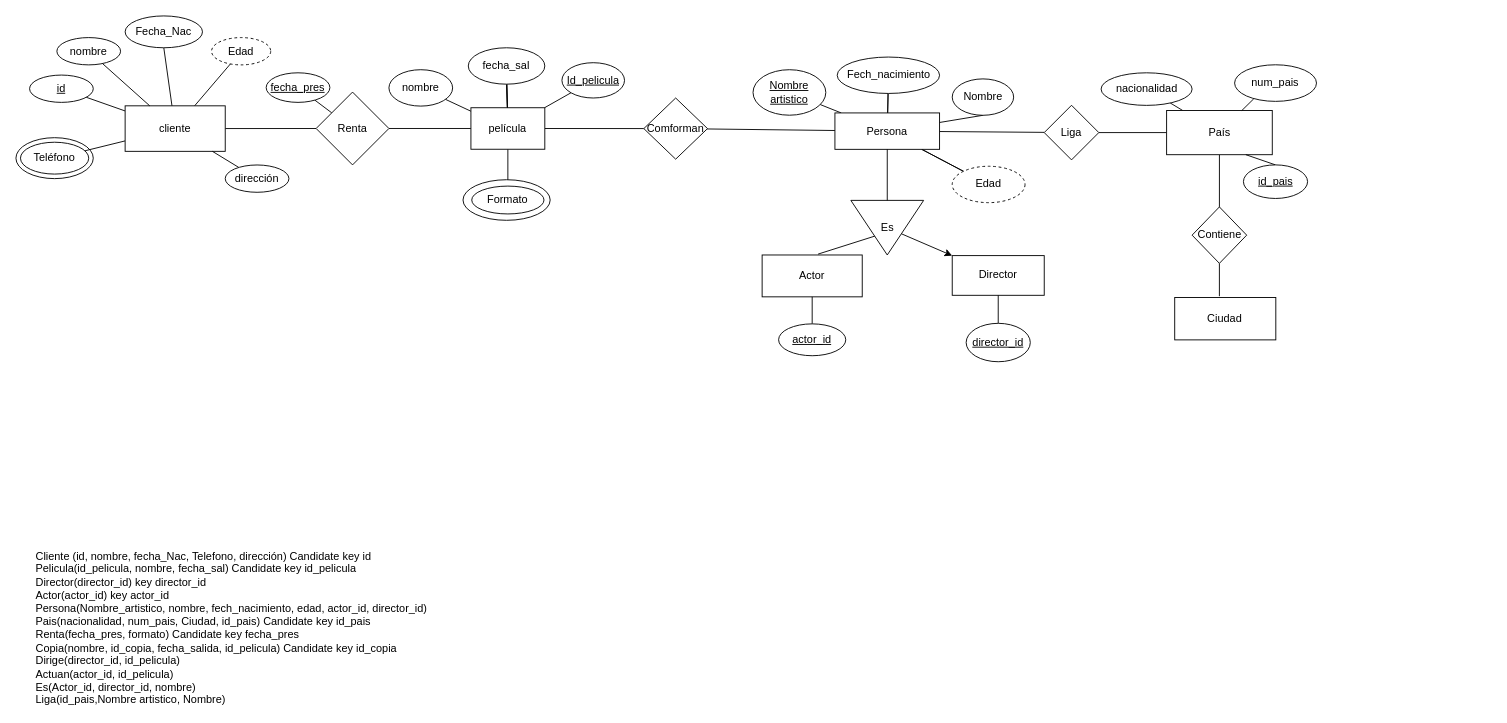
This is videoStore.drawio from jesalazaro/ER-diagrams, a draw.io file, before an edit. Source tidied: cells renumbered, new cells numbered last; positions are measured from the earlier drawing's top-left corner, leaving out a move shared by most shapes. Both pictures are drawn from the tidied source at 91%, with x=0, y=0 at pixel (15, 15).
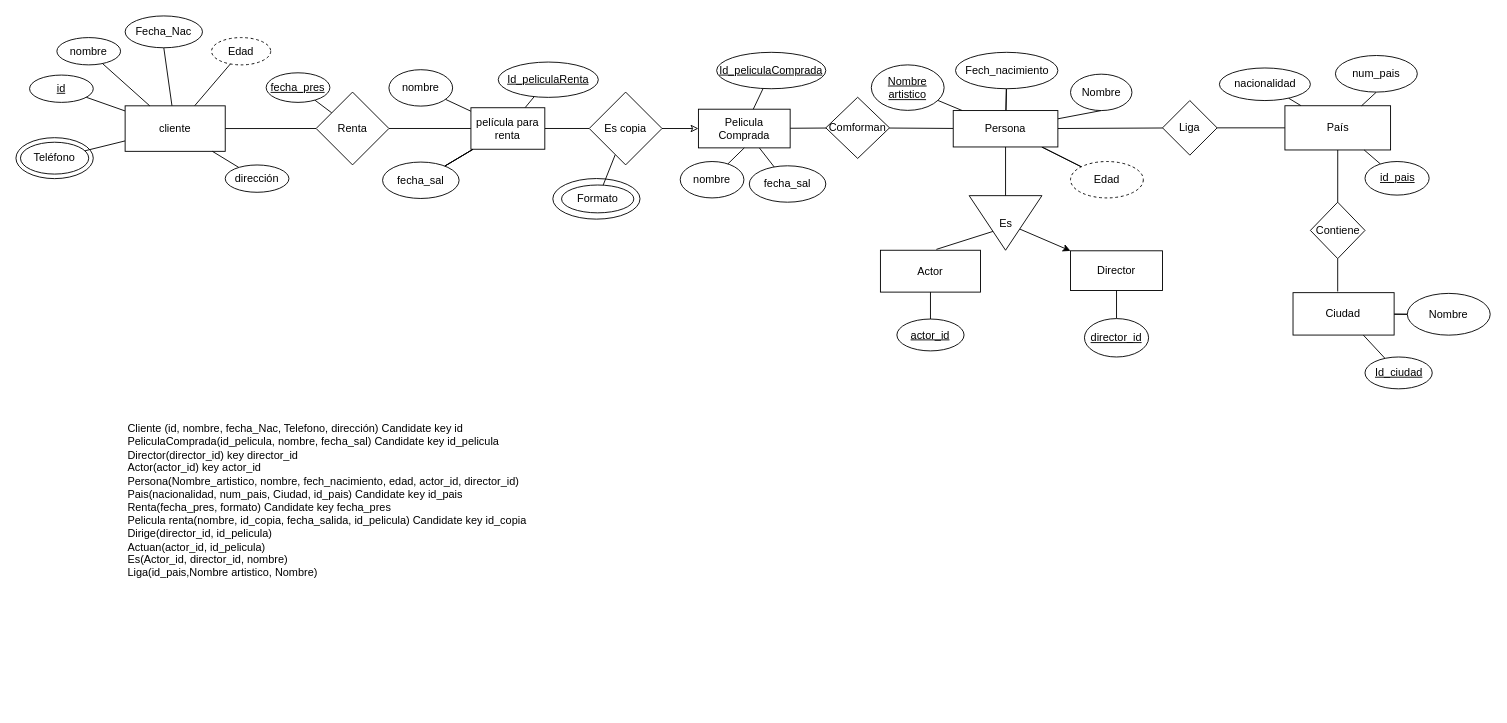
After the change.

What changed in the source:
```diff
@@
     <mxCell id="21" style="edgeStyle=none;rounded=0;jettySize=auto;html=1;endArrow=none;endFill=0;exitX=0.559;exitY=-0.021;exitDx=0;exitDy=0;exitPerimeter=0;" parent="1" edge="1" source="22">
       <mxGeometry relative="1" as="geometry">
-        <mxPoint x="950" y="240" as="targetPoint" />
+        <mxPoint x="1080" y="234.8" as="targetPoint" />
       </mxGeometry>
     </mxCell>
     <mxCell id="22" value="Actor" style="whiteSpace=wrap;html=1;rounded=0;" parent="1" vertex="1">
-      <mxGeometry x="820" y="262.7" width="110" height="46" as="geometry" />
+      <mxGeometry x="950" y="257.5" width="110" height="46" as="geometry" />
     </mxCell>
@@
     <mxCell id="24" value="Director" style="whiteSpace=wrap;html=1;rounded=0;" parent="1" vertex="1">
-      <mxGeometry x="1028.9" y="263.4" width="101.1" height="43.6" as="geometry" />
+      <mxGeometry x="1158.9" y="258.1" width="101.1" height="43.6" as="geometry" />
     </mxCell>
@@
     <mxCell id="26" value="Es" style="triangle;whiteSpace=wrap;html=1;rounded=0;direction=south;horizontal=1;" parent="1" vertex="1">
-      <mxGeometry x="917.5" y="202.7" width="80" height="60" as="geometry" />
+      <mxGeometry x="1047.5" y="197.5" width="80" height="60" as="geometry" />
     </mxCell>
@@
     <mxCell id="33" value="Liga" style="rhombus;whiteSpace=wrap;html=1;rounded=0;" parent="1" vertex="1">
-      <mxGeometry x="1130" y="98.2" width="60" height="60" as="geometry" />
+      <mxGeometry x="1260" y="93" width="60" height="60" as="geometry" />
     </mxCell>
@@
     <mxCell id="40" value="País" style="rounded=0;whiteSpace=wrap;html=1;" parent="1" vertex="1">
-      <mxGeometry x="1264.5" y="103.9" width="116.1" height="48.6" as="geometry" />
+      <mxGeometry x="1394.5" y="98.7" width="116.1" height="48.6" as="geometry" />
     </mxCell>
     <mxCell id="41" value="nacionalidad" style="ellipse;whiteSpace=wrap;html=1;rounded=0;" parent="1" vertex="1">
-      <mxGeometry x="1192.5" y="62.5" width="100" height="35.8" as="geometry" />
+      <mxGeometry x="1322.5" y="57.2" width="100" height="35.8" as="geometry" />
     </mxCell>
-    <mxCell id="42" style="edgeStyle=none;rounded=0;jettySize=auto;html=1;endArrow=none;endFill=0;" parent="1" edge="1" target="40">
-      <mxGeometry relative="1" as="geometry">
-        <mxPoint x="1360.3" y="91" as="sourcePoint" />
-      </mxGeometry>
+    <mxCell id="42" style="edgeStyle=none;rounded=0;jettySize=auto;html=1;endArrow=none;endFill=0;exitX=0.5;exitY=1;exitDx=0;exitDy=0;" parent="1" edge="1" source="43" target="40">
+      <mxGeometry relative="1" as="geometry" />
     </mxCell>
     <mxCell id="43" value="num_pais" style="ellipse;whiteSpace=wrap;html=1;rounded=0;" parent="1" vertex="1">
-      <mxGeometry x="1339.2" y="53.7" width="90" height="40.2" as="geometry" />
+      <mxGeometry x="1450" y="43.5" width="90" height="40.2" as="geometry" />
     </mxCell>
-    <mxCell id="44" style="edgeStyle=none;rounded=0;jettySize=auto;html=1;entryX=0.75;entryY=1;entryDx=0;entryDy=0;endArrow=none;endFill=0;exitX=0.5;exitY=0;exitDx=0;exitDy=0;" parent="1" edge="1" source="45" target="40">
+    <mxCell id="44" style="edgeStyle=none;rounded=0;jettySize=auto;html=1;entryX=0.75;entryY=1;entryDx=0;entryDy=0;endArrow=none;endFill=0;" parent="1" edge="1" source="45" target="40">
       <mxGeometry relative="1" as="geometry" />
     </mxCell>
     <mxCell id="45" value="&lt;u&gt;id_pais&lt;/u&gt;" style="ellipse;whiteSpace=wrap;html=1;rounded=0;" parent="1" vertex="1">
-      <mxGeometry x="1348.9" y="163.7" width="70.5" height="36.9" as="geometry" />
+      <mxGeometry x="1482.5" y="160" width="70.5" height="36.9" as="geometry" />
     </mxCell>
     <mxCell id="46" style="edgeStyle=none;rounded=0;orthogonalLoop=1;jettySize=auto;html=1;exitX=0.5;exitY=1;exitDx=0;exitDy=0;endArrow=none;endFill=0;" parent="1" edge="1">
       <mxGeometry relative="1" as="geometry">
-        <mxPoint x="1107.9" y="267.2" as="sourcePoint" />
-        <mxPoint x="1107.9" y="267.2" as="targetPoint" />
+        <mxPoint x="1237.9" y="262" as="sourcePoint" />
+        <mxPoint x="1237.9" y="262" as="targetPoint" />
       </mxGeometry>
     </mxCell>
     <mxCell id="47" value="Nombre" style="ellipse;whiteSpace=wrap;html=1;rounded=0;" parent="1" vertex="1">
-      <mxGeometry x="1028.9" y="69.2" width="67.5" height="40" as="geometry" />
+      <mxGeometry x="1158.9" y="64" width="67.5" height="40" as="geometry" />
     </mxCell>
     <mxCell id="48" value="Fech_nacimiento" style="ellipse;whiteSpace=wrap;html=1;rounded=0;" parent="1" vertex="1">
-      <mxGeometry x="902.5" y="45.2" width="112.5" height="40" as="geometry" />
+      <mxGeometry x="1032.5" y="40" width="112.5" height="40" as="geometry" />
     </mxCell>
     <mxCell id="49" value="Edad" style="ellipse;whiteSpace=wrap;html=1;rounded=0;dashed=1;" parent="1" vertex="1">
-      <mxGeometry x="1028.9" y="165.2" width="80" height="40" as="geometry" />
+      <mxGeometry x="1158.9" y="160" width="80" height="40" as="geometry" />
     </mxCell>
@@
     <mxCell id="53" value="&lt;u&gt;Nombre artistico&lt;/u&gt;" style="ellipse;whiteSpace=wrap;html=1;rounded=0;align=center;" parent="1" vertex="1">
-      <mxGeometry x="810" y="59.1" width="80" height="50" as="geometry" />
+      <mxGeometry x="940" y="53.8" width="80" height="50" as="geometry" />
     </mxCell>
@@
-    <mxCell id="58" style="edgeStyle=none;rounded=0;jettySize=auto;html=1;endArrow=none;endFill=0;" parent="1" edge="1" source="60" target="75">
-      <mxGeometry relative="1" as="geometry" />
-    </mxCell>
-    <mxCell id="59" style="edgeStyle=none;rounded=0;jettySize=auto;html=1;startArrow=none;startFill=0;endArrow=none;endFill=0;" parent="1" edge="1" source="60" target="80">
-      <mxGeometry relative="1" as="geometry" />
-    </mxCell>
+    <mxCell id="81" style="edgeStyle=none;rounded=0;jettySize=auto;html=1;endArrow=none;endFill=0;" parent="1" edge="1" source="60" target="90">
+      <mxGeometry relative="1" as="geometry" />
+    </mxCell>
-    <mxCell id="60" value="película" style="whiteSpace=wrap;html=1;rounded=0;" parent="1" vertex="1">
+    <mxCell id="60" value="película para renta" style="whiteSpace=wrap;html=1;rounded=0;" parent="1" vertex="1">
       <mxGeometry x="500" y="100.9" width="81.2" height="45.6" as="geometry" />
     </mxCell>
@@
     <mxCell id="62" value="fecha_sal" style="ellipse;whiteSpace=wrap;html=1;rounded=0;" parent="1" vertex="1">
-      <mxGeometry x="497.1" y="35" width="84.1" height="40" as="geometry" />
+      <mxGeometry x="402.9" y="160.6" width="84.1" height="40" as="geometry" />
     </mxCell>
@@
     <mxCell id="65" value="&lt;u&gt;actor_id&lt;/u&gt;" style="ellipse;whiteSpace=wrap;html=1;rounded=0;" parent="1" vertex="1">
-      <mxGeometry x="838.1" y="338.4" width="73.8" height="35" as="geometry" />
+      <mxGeometry x="968.1" y="333.1" width="73.8" height="35" as="geometry" />
     </mxCell>
@@
     <mxCell id="67" value="&lt;u&gt;director_id&lt;/u&gt;" style="ellipse;whiteSpace=wrap;html=1;rounded=0;" parent="1" vertex="1">
-      <mxGeometry x="1044.2" y="337.8" width="70.5" height="42.2" as="geometry" />
+      <mxGeometry x="1174.2" y="332.6" width="70.5" height="42.2" as="geometry" />
     </mxCell>
-    <mxCell id="68" value="&lt;u&gt;Id_pelicula&lt;/u&gt;" style="ellipse;whiteSpace=wrap;html=1;rounded=0;" parent="1" vertex="1">
-      <mxGeometry x="600" y="51.4" width="68.8" height="38.8" as="geometry" />
+    <mxCell id="68" value="&lt;u&gt;Id_peliculaRenta&lt;/u&gt;" style="ellipse;whiteSpace=wrap;html=1;rounded=0;" parent="1" vertex="1">
+      <mxGeometry x="530" y="50.7" width="110" height="38.8" as="geometry" />
     </mxCell>
@@
-    <mxCell id="70" value="Cliente (id, nombre, fecha_Nac, Telefono, dirección) Candidate key id&#10;Pelicula(id_pelicula, nombre, fecha_sal) Candidate key id_pelicula&#10;Director(director_id) key director_id&#10;Actor(actor_id) key actor_id&#10;Persona(Nombre_artistico, nombre, fech_nacimiento, edad, actor_id, director_id) &#10;Pais(nacionalidad, num_pais, Ciudad, id_pais) Candidate key id_pais&#10;Renta(fecha_pres, formato) Candidate key fecha_pres&#10;Copia(nombre, id_copia, fecha_salida, id_pelicula) Candidate key id_copia&#10;Dirige(director_id, id_pelicula)&#10;Actuan(actor_id, id_pelicula)&#10;Es(Actor_id, director_id, nombre)&#10;Liga(id_pais,Nombre artistico, Nombre)" style="text;whiteSpace=wrap;html=1;" parent="1" vertex="1">
-      <mxGeometry x="20" y="580" width="460" height="180" as="geometry" />
+    <mxCell id="70" value="Cliente (id, nombre, fecha_Nac, Telefono, dirección) Candidate key id&lt;br&gt;PeliculaComprada(id_pelicula, nombre, fecha_sal) Candidate key id_pelicula&lt;br&gt;Director(director_id) key director_id&lt;br&gt;Actor(actor_id) key actor_id&lt;br&gt;Persona(Nombre_artistico, nombre, fech_nacimiento, edad, actor_id, director_id)&amp;nbsp;&lt;br&gt;Pais(nacionalidad, num_pais, Ciudad, id_pais) Candidate key id_pais&lt;br&gt;Renta(fecha_pres, formato) Candidate key fecha_pres&lt;br&gt;Pelicula renta(nombre, id_copia, fecha_salida, id_pelicula) Candidate key id_copia&lt;br&gt;Dirige(director_id, id_pelicula)&lt;br&gt;Actuan(actor_id, id_pelicula)&lt;br&gt;Es(Actor_id, director_id, nombre)&lt;br&gt;Liga(id_pais,Nombre artistico, Nombre)" style="text;whiteSpace=wrap;html=1;" parent="1" vertex="1">
+      <mxGeometry x="121.2" y="440" width="460" height="180" as="geometry" />
     </mxCell>
     <mxCell id="71" style="edgeStyle=none;rounded=0;jettySize=auto;html=1;endArrow=none;endFill=0;" parent="1" edge="1" source="72">
       <mxGeometry relative="1" as="geometry">
-        <mxPoint x="1322.5" y="308" as="targetPoint" />
+        <mxPoint x="1452.5" y="302.8" as="targetPoint" />
       </mxGeometry>
     </mxCell>
     <mxCell id="72" value="Contiene" style="rhombus;whiteSpace=wrap;html=1;rounded=0;" parent="1" vertex="1">
-      <mxGeometry x="1292.5" y="209.9" width="60" height="62" as="geometry" />
+      <mxGeometry x="1422.5" y="204.7" width="60" height="62" as="geometry" />
     </mxCell>
+    <mxCell id="82" style="edgeStyle=none;rounded=0;jettySize=auto;html=1;startArrow=none;startFill=0;endArrow=none;endFill=0;" parent="1" edge="1" source="73" target="96">
+      <mxGeometry relative="1" as="geometry" />
+    </mxCell>
+    <mxCell id="83" style="edgeStyle=none;rounded=0;jettySize=auto;html=1;startArrow=none;startFill=0;endArrow=none;endFill=0;" parent="1" edge="1" source="73" target="96">
+      <mxGeometry relative="1" as="geometry" />
+    </mxCell>
+    <mxCell id="84" style="edgeStyle=none;rounded=0;jettySize=auto;html=1;startArrow=none;startFill=0;endArrow=none;endFill=0;" parent="1" edge="1" source="73" target="97">
+      <mxGeometry relative="1" as="geometry" />
+    </mxCell>
     <mxCell id="73" value="Ciudad" style="whiteSpace=wrap;html=1;rounded=0;" parent="1" vertex="1">
-      <mxGeometry x="1273.4" y="309.4" width="111.1" height="46.6" as="geometry" />
+      <mxGeometry x="1403.4" y="304.1" width="111.1" height="46.6" as="geometry" />
     </mxCell>
@@
     <mxCell id="75" value="Comforman" style="rhombus;whiteSpace=wrap;html=1;rounded=0;" parent="1" vertex="1">
-      <mxGeometry x="690" y="90.2" width="70" height="67.2" as="geometry" />
+      <mxGeometry x="890" y="89.4" width="70" height="67.2" as="geometry" />
     </mxCell>
     <mxCell id="76" value="Persona" style="whiteSpace=wrap;html=1;rounded=0;" parent="1" vertex="1">
-      <mxGeometry x="900" y="106.6" width="115" height="40" as="geometry" />
+      <mxGeometry x="1030" y="104" width="115" height="40" as="geometry" />
     </mxCell>
@@
     <mxCell id="79" style="ellipse;whiteSpace=wrap;html=1;" parent="1" vertex="1">
-      <mxGeometry x="491.3" y="180" width="95.8" height="44.6" as="geometry" />
+      <mxGeometry x="590" y="178.7" width="95.8" height="44.6" as="geometry" />
     </mxCell>
+    <mxCell id="85" style="edgeStyle=none;rounded=0;jettySize=auto;html=1;startArrow=none;startFill=0;endArrow=none;endFill=0;" parent="1" edge="1" source="80" target="90">
+      <mxGeometry relative="1" as="geometry" />
+    </mxCell>
     <mxCell id="80" value="Formato" style="ellipse;whiteSpace=wrap;html=1;rounded=0;" parent="1" vertex="1">
-      <mxGeometry x="500.9" y="187" width="79.4" height="30.6" as="geometry" />
+      <mxGeometry x="599.6" y="185.8" width="79.4" height="30.6" as="geometry" />
     </mxCell>
+    <mxCell id="86" style="edgeStyle=none;rounded=0;jettySize=auto;html=1;startArrow=none;startFill=0;endArrow=none;endFill=0;" parent="1" edge="1" source="88" target="75">
+      <mxGeometry relative="1" as="geometry" />
+    </mxCell>
+    <mxCell id="87" style="edgeStyle=none;rounded=0;jettySize=auto;html=1;startArrow=none;startFill=0;endArrow=none;endFill=0;" parent="1" edge="1" source="88" target="93">
+      <mxGeometry relative="1" as="geometry" />
+    </mxCell>
+    <mxCell id="88" value="Pelicula Comprada" style="whiteSpace=wrap;html=1;rounded=0;" parent="1" vertex="1">
+      <mxGeometry x="750" y="102.5" width="100.8" height="42.5" as="geometry" />
+    </mxCell>
+    <mxCell id="89" style="edgeStyle=none;rounded=0;jettySize=auto;html=1;endArrow=classic;endFill=0;" parent="1" edge="1" source="90" target="88">
+      <mxGeometry relative="1" as="geometry" />
+    </mxCell>
+    <mxCell id="90" value="Es copia" style="rhombus;whiteSpace=wrap;html=1;rounded=0;" parent="1" vertex="1">
+      <mxGeometry x="630" y="83.7" width="80" height="80" as="geometry" />
+    </mxCell>
+    <mxCell id="91" style="edgeStyle=none;rounded=0;jettySize=auto;html=1;startArrow=none;startFill=0;endArrow=none;endFill=0;" parent="1" edge="1" source="92" target="88">
+      <mxGeometry relative="1" as="geometry" />
+    </mxCell>
+    <mxCell id="92" value="&lt;u&gt;Id_peliculaComprada&lt;br&gt;&lt;/u&gt;" style="ellipse;whiteSpace=wrap;html=1;rounded=0;" parent="1" vertex="1">
+      <mxGeometry x="770" y="40" width="120" height="40" as="geometry" />
+    </mxCell>
+    <mxCell id="93" value="fecha_sal" style="ellipse;whiteSpace=wrap;html=1;rounded=0;" parent="1" vertex="1">
+      <mxGeometry x="805.9" y="164.7" width="84.1" height="40" as="geometry" />
+    </mxCell>
+    <mxCell id="94" style="edgeStyle=none;rounded=0;jettySize=auto;html=1;startArrow=none;startFill=0;endArrow=none;endFill=0;entryX=0.5;entryY=1;entryDx=0;entryDy=0;" parent="1" edge="1" source="95" target="88">
+      <mxGeometry relative="1" as="geometry" />
+    </mxCell>
+    <mxCell id="95" value="nombre" style="ellipse;whiteSpace=wrap;html=1;rounded=0;" parent="1" vertex="1">
+      <mxGeometry x="730" y="160" width="70" height="40" as="geometry" />
+    </mxCell>
+    <mxCell id="96" value="Nombre" style="ellipse;whiteSpace=wrap;html=1;rounded=0;" parent="1" vertex="1">
+      <mxGeometry x="1529" y="304.9" width="91.1" height="45.9" as="geometry" />
+    </mxCell>
+    <mxCell id="97" value="&lt;u&gt;Id_ciudad&lt;/u&gt;" style="ellipse;whiteSpace=wrap;html=1;rounded=0;" parent="1" vertex="1">
+      <mxGeometry x="1482.5" y="374.8" width="73.9" height="35" as="geometry" />
+    </mxCell>
```
